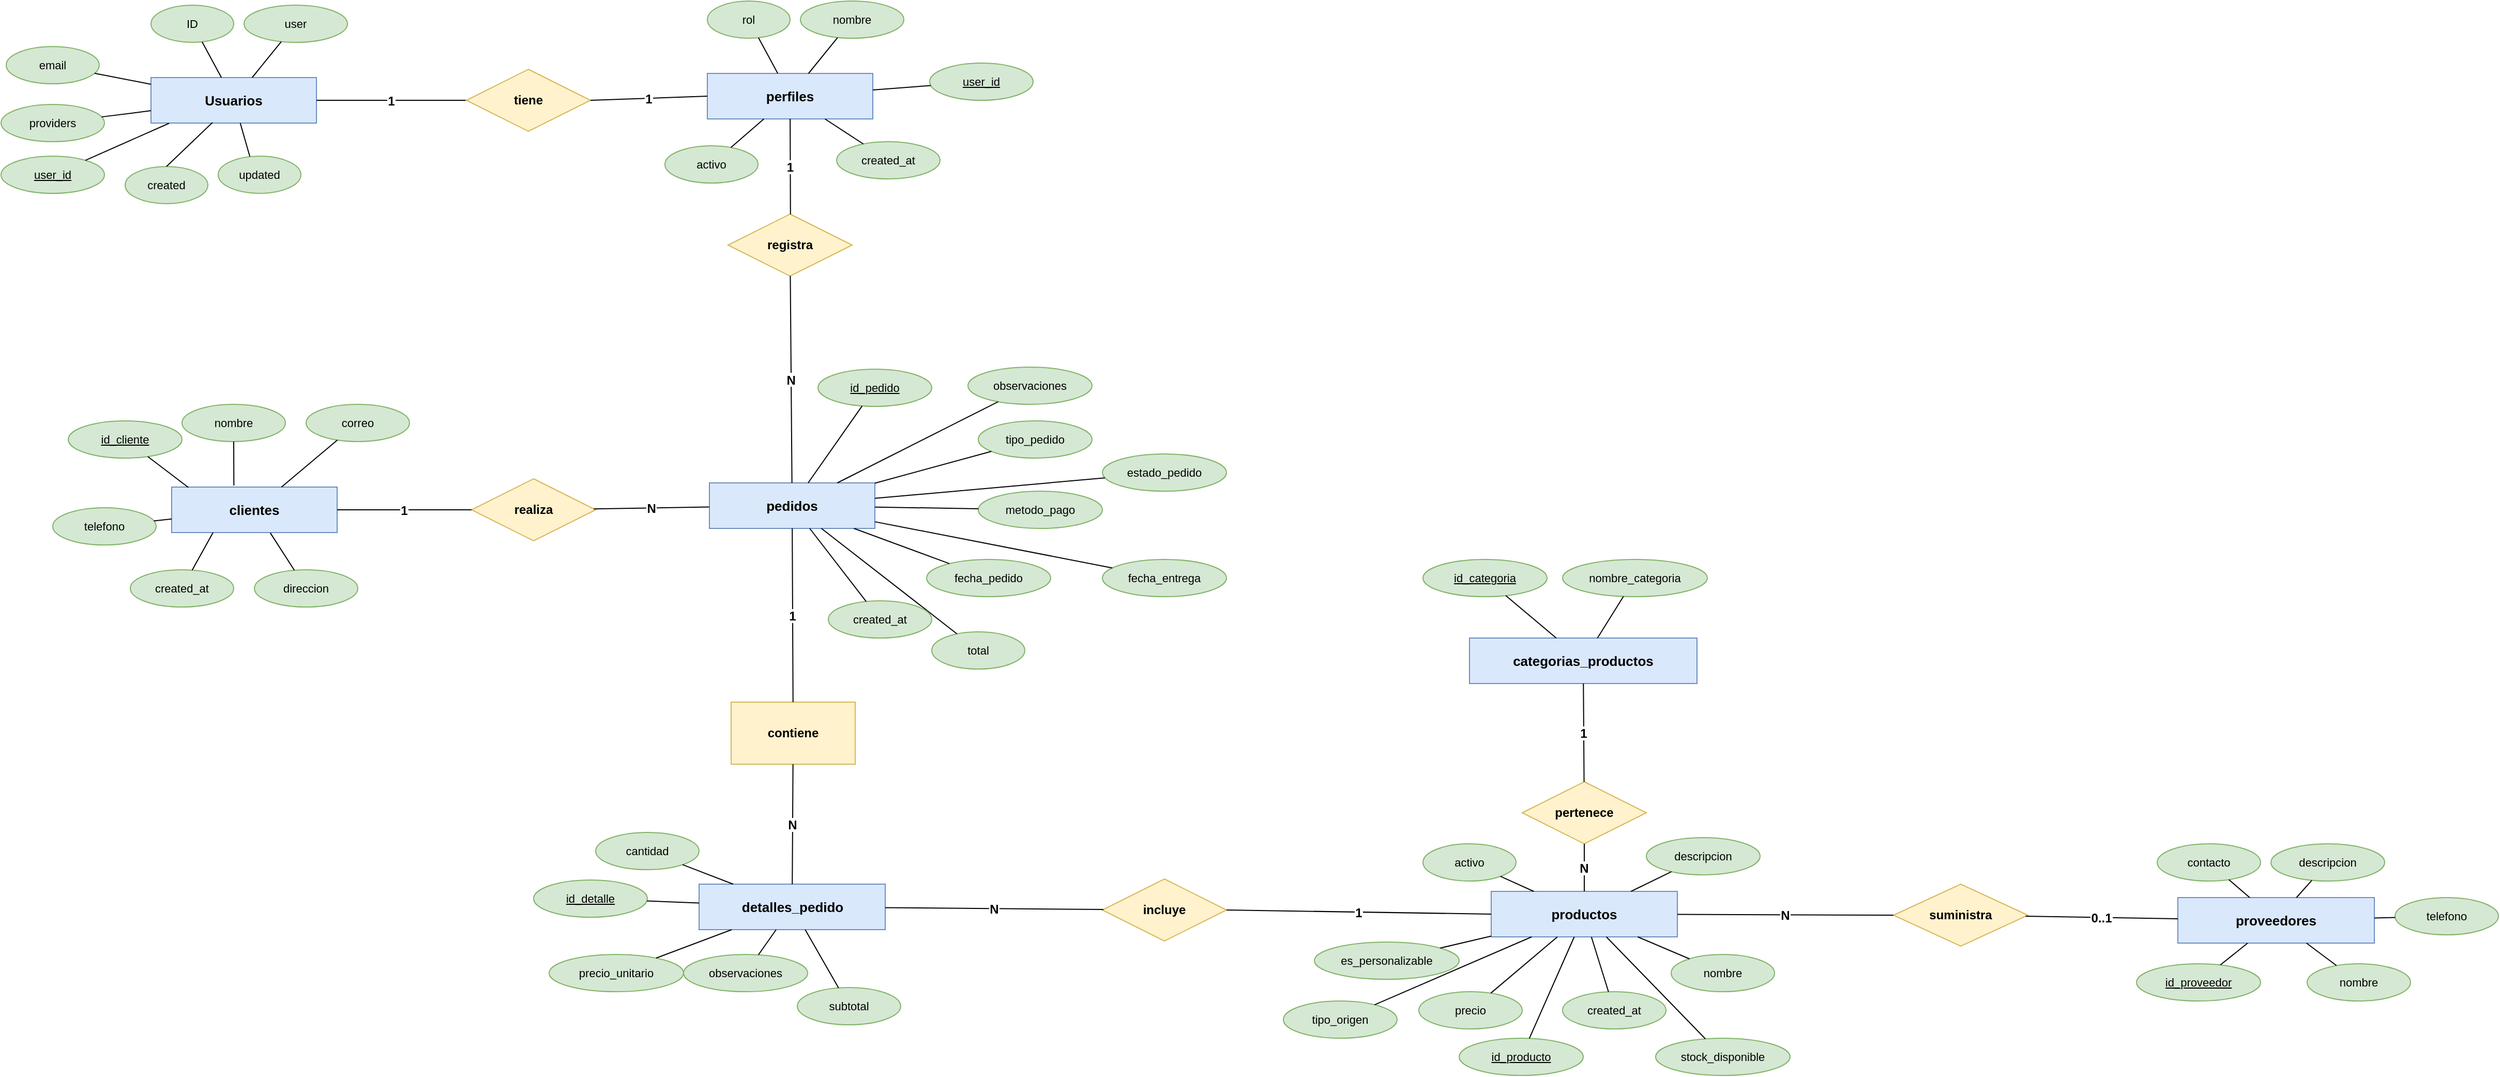
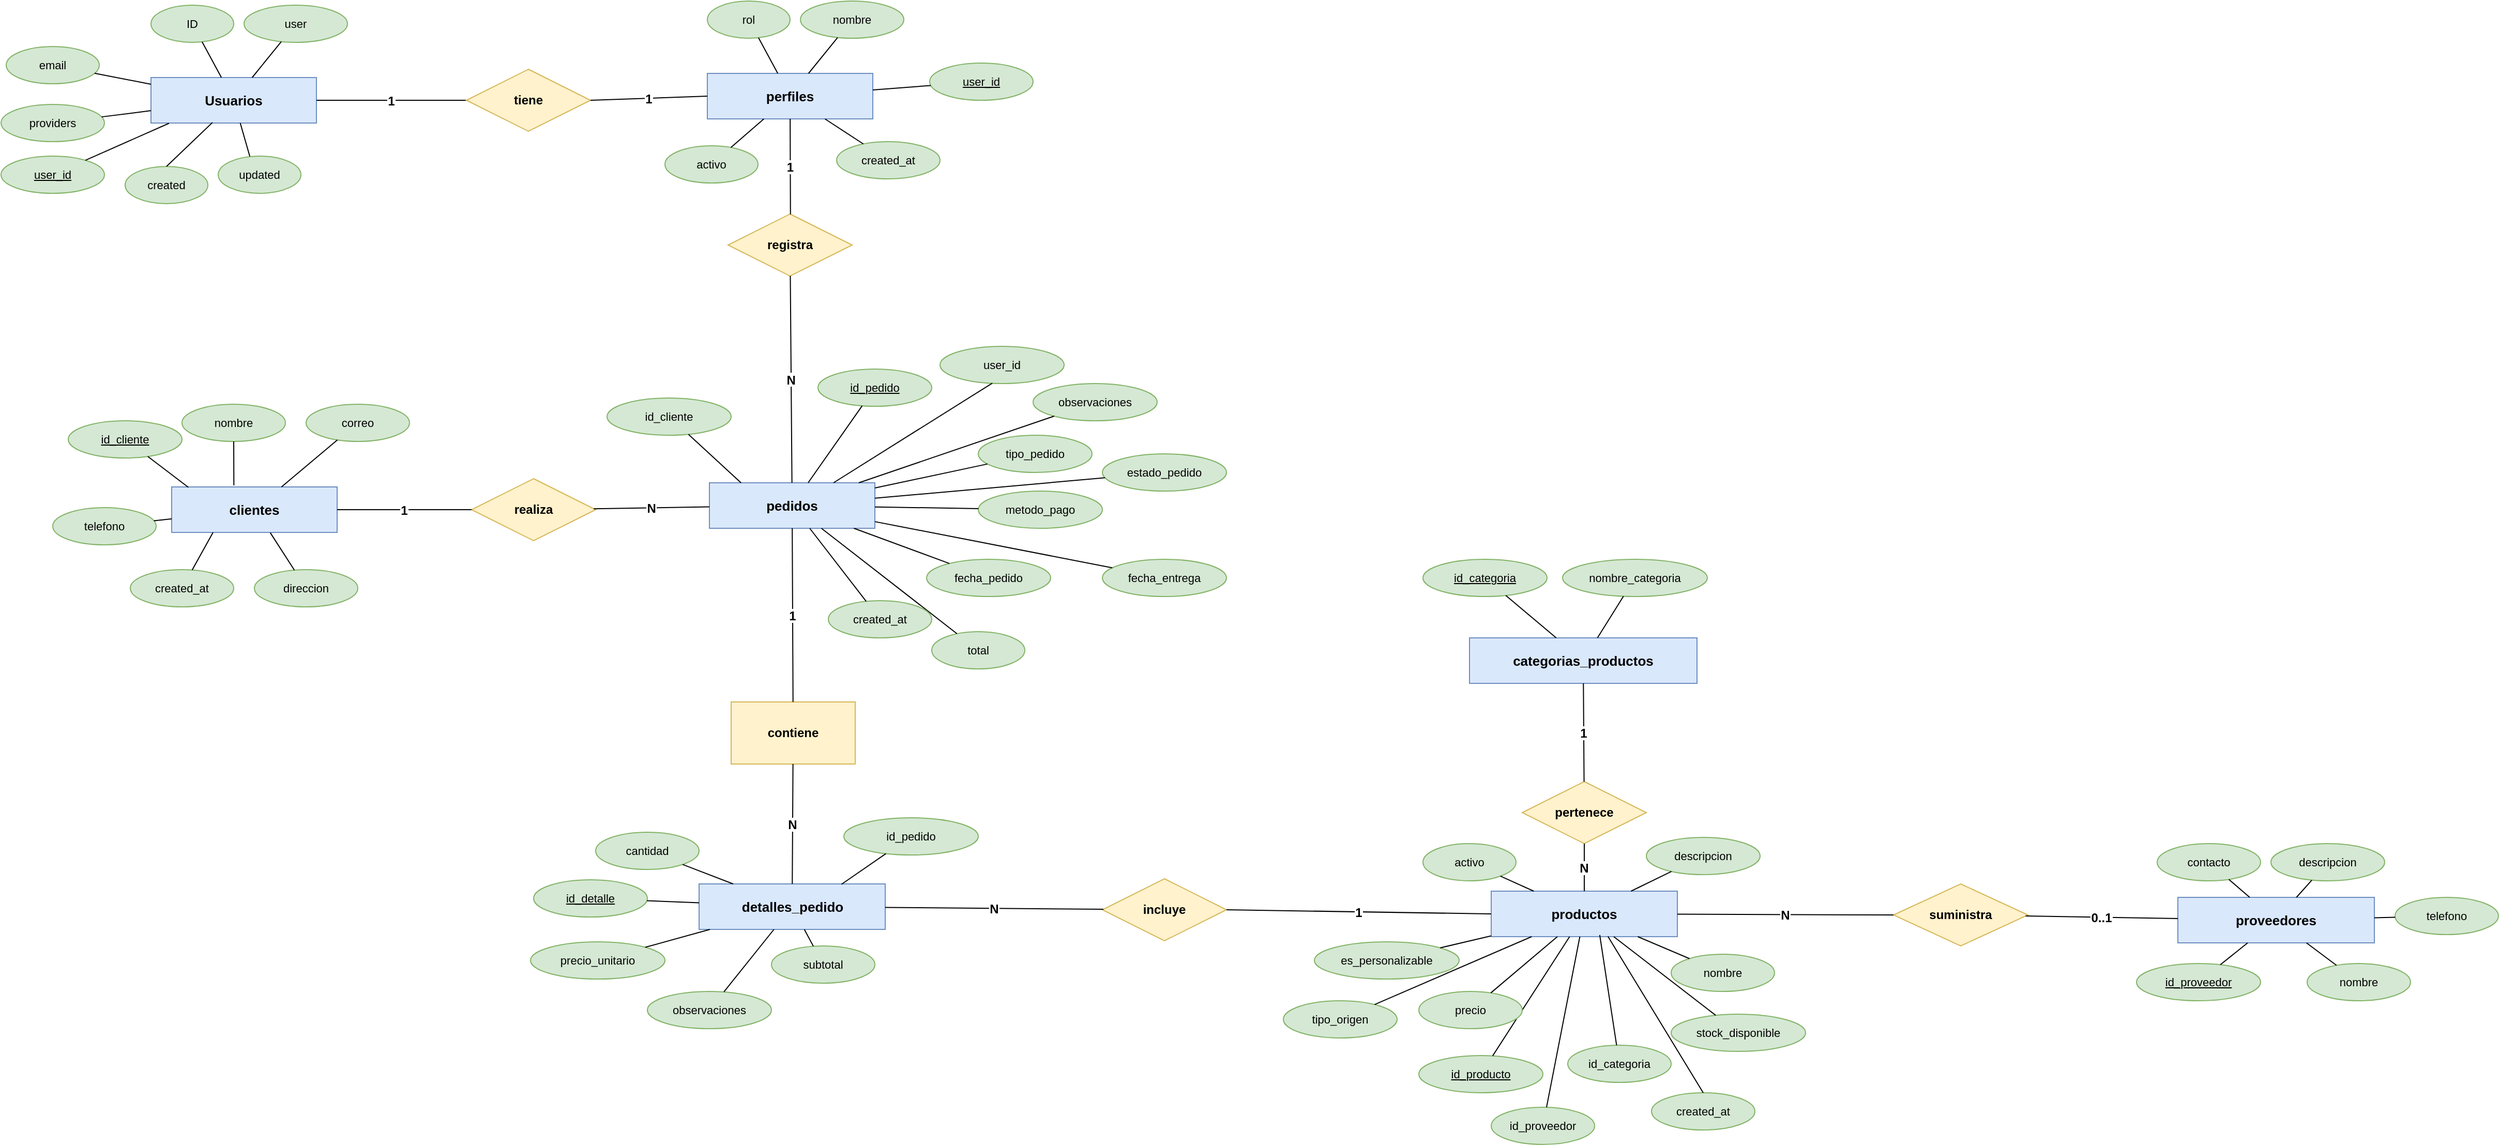
<mxfile host="app.diagrams.net">
  <diagram name="Page-1" id="4TEUIhRNuxxdLAhBHsUq">
-     <mxGraphModel dx="2429" dy="1025" grid="1" gridSize="10" guides="1" tooltips="1" connect="1" arrows="1" fold="1" page="1" pageScale="1" pageWidth="850" pageHeight="1100" math="0" shadow="0">
+     <mxGraphModel dx="2969" dy="1253" grid="1" gridSize="10" guides="1" tooltips="1" connect="1" arrows="1" fold="1" page="1" pageScale="1" pageWidth="850" pageHeight="1100" math="0" shadow="0">
      <root>
        <mxCell id="0" />
        <mxCell id="1" parent="0" />
        <mxCell id="g56VIgIW9YPAZs1RWv-3-1" parent="1" style="shape=mxgraph.erd.entity;whiteSpace=wrap;html=1;fillColor=#dae8fc;strokeColor=#6c8ebf;fontSize=13;fontStyle=1;" value="categorias_productos" vertex="1">
          <mxGeometry height="44" width="220" x="1980" y="1026" as="geometry" />
        </mxCell>
        <mxCell id="g56VIgIW9YPAZs1RWv-3-2" parent="1" style="ellipse;whiteSpace=wrap;html=1;fillColor=#d5e8d4;strokeColor=#82b366;fontSize=11;fontStyle=4;" value="id_categoria" vertex="1">
          <mxGeometry height="36" width="120" x="1935" y="950" as="geometry" />
        </mxCell>
        <mxCell id="g56VIgIW9YPAZs1RWv-3-3" edge="1" parent="1" source="g56VIgIW9YPAZs1RWv-3-1" style="endArrow=none;endFill=0;" target="g56VIgIW9YPAZs1RWv-3-2">
          <mxGeometry relative="1" as="geometry" />
        </mxCell>
        <mxCell id="g56VIgIW9YPAZs1RWv-3-4" parent="1" style="ellipse;whiteSpace=wrap;html=1;fillColor=#d5e8d4;strokeColor=#82b366;fontSize=11;" value="nombre_categoria" vertex="1">
          <mxGeometry height="36" width="140" x="2070" y="950" as="geometry" />
        </mxCell>
        <mxCell id="g56VIgIW9YPAZs1RWv-3-5" edge="1" parent="1" source="g56VIgIW9YPAZs1RWv-3-1" style="endArrow=none;endFill=0;" target="g56VIgIW9YPAZs1RWv-3-4">
          <mxGeometry relative="1" as="geometry" />
        </mxCell>
        <mxCell id="g56VIgIW9YPAZs1RWv-3-6" parent="1" style="shape=mxgraph.erd.entity;whiteSpace=wrap;html=1;fillColor=#dae8fc;strokeColor=#6c8ebf;fontSize=13;fontStyle=1;" value="proveedores" vertex="1">
          <mxGeometry height="44" width="190" x="2665" y="1277" as="geometry" />
        </mxCell>
        <mxCell id="g56VIgIW9YPAZs1RWv-3-7" parent="1" style="ellipse;whiteSpace=wrap;html=1;fillColor=#d5e8d4;strokeColor=#82b366;fontSize=11;fontStyle=4;" value="id_proveedor" vertex="1">
          <mxGeometry height="36" width="120" x="2625" y="1341" as="geometry" />
        </mxCell>
        <mxCell id="g56VIgIW9YPAZs1RWv-3-8" edge="1" parent="1" source="g56VIgIW9YPAZs1RWv-3-6" style="endArrow=none;endFill=0;" target="g56VIgIW9YPAZs1RWv-3-7">
          <mxGeometry relative="1" as="geometry" />
        </mxCell>
        <mxCell id="g56VIgIW9YPAZs1RWv-3-9" parent="1" style="ellipse;whiteSpace=wrap;html=1;fillColor=#d5e8d4;strokeColor=#82b366;fontSize=11;" value="nombre" vertex="1">
          <mxGeometry height="36" width="100" x="2790" y="1341" as="geometry" />
        </mxCell>
        <mxCell id="g56VIgIW9YPAZs1RWv-3-10" edge="1" parent="1" source="g56VIgIW9YPAZs1RWv-3-6" style="endArrow=none;endFill=0;" target="g56VIgIW9YPAZs1RWv-3-9">
          <mxGeometry relative="1" as="geometry" />
        </mxCell>
        <mxCell id="g56VIgIW9YPAZs1RWv-3-11" parent="1" style="ellipse;whiteSpace=wrap;html=1;fillColor=#d5e8d4;strokeColor=#82b366;fontSize=11;" value="telefono" vertex="1">
          <mxGeometry height="36" width="100" x="2875" y="1277" as="geometry" />
        </mxCell>
        <mxCell id="g56VIgIW9YPAZs1RWv-3-12" edge="1" parent="1" source="g56VIgIW9YPAZs1RWv-3-6" style="endArrow=none;endFill=0;" target="g56VIgIW9YPAZs1RWv-3-11">
          <mxGeometry relative="1" as="geometry" />
        </mxCell>
        <mxCell id="g56VIgIW9YPAZs1RWv-3-13" parent="1" style="ellipse;whiteSpace=wrap;html=1;fillColor=#d5e8d4;strokeColor=#82b366;fontSize=11;" value="contacto" vertex="1">
          <mxGeometry height="36" width="100" x="2645" y="1225" as="geometry" />
        </mxCell>
        <mxCell id="g56VIgIW9YPAZs1RWv-3-14" edge="1" parent="1" source="g56VIgIW9YPAZs1RWv-3-6" style="endArrow=none;endFill=0;" target="g56VIgIW9YPAZs1RWv-3-13">
          <mxGeometry relative="1" as="geometry" />
        </mxCell>
        <mxCell id="g56VIgIW9YPAZs1RWv-3-15" parent="1" style="ellipse;whiteSpace=wrap;html=1;fillColor=#d5e8d4;strokeColor=#82b366;fontSize=11;" value="descripcion" vertex="1">
          <mxGeometry height="36" width="110" x="2755" y="1225" as="geometry" />
        </mxCell>
        <mxCell id="g56VIgIW9YPAZs1RWv-3-16" edge="1" parent="1" source="g56VIgIW9YPAZs1RWv-3-6" style="endArrow=none;endFill=0;" target="g56VIgIW9YPAZs1RWv-3-15">
          <mxGeometry relative="1" as="geometry" />
        </mxCell>
        <mxCell id="g56VIgIW9YPAZs1RWv-3-17" parent="1" style="shape=mxgraph.erd.entity;whiteSpace=wrap;html=1;fillColor=#dae8fc;strokeColor=#6c8ebf;fontSize=13;fontStyle=1;" value="productos" vertex="1">
          <mxGeometry height="44" width="180" x="2001" y="1271" as="geometry" />
        </mxCell>
        <mxCell id="g56VIgIW9YPAZs1RWv-3-18" parent="1" style="ellipse;whiteSpace=wrap;html=1;fillColor=#d5e8d4;strokeColor=#82b366;fontSize=11;fontStyle=4;" value="id_producto" vertex="1">
-           <mxGeometry height="36" width="120" x="1970" y="1413" as="geometry" />
+           <mxGeometry height="36" width="120" x="1931" y="1430" as="geometry" />
        </mxCell>
        <mxCell id="g56VIgIW9YPAZs1RWv-3-19" edge="1" parent="1" source="g56VIgIW9YPAZs1RWv-3-17" style="endArrow=none;endFill=0;" target="g56VIgIW9YPAZs1RWv-3-18">
          <mxGeometry relative="1" as="geometry" />
        </mxCell>
        <mxCell id="g56VIgIW9YPAZs1RWv-3-20" parent="1" style="ellipse;whiteSpace=wrap;html=1;fillColor=#d5e8d4;strokeColor=#82b366;fontSize=11;" value="nombre" vertex="1">
          <mxGeometry height="36" width="100" x="2175" y="1332" as="geometry" />
        </mxCell>
        <mxCell id="g56VIgIW9YPAZs1RWv-3-21" edge="1" parent="1" source="g56VIgIW9YPAZs1RWv-3-17" style="endArrow=none;endFill=0;" target="g56VIgIW9YPAZs1RWv-3-20">
          <mxGeometry relative="1" as="geometry" />
        </mxCell>
        <mxCell id="g56VIgIW9YPAZs1RWv-3-22" parent="1" style="ellipse;whiteSpace=wrap;html=1;fillColor=#d5e8d4;strokeColor=#82b366;fontSize=11;" value="precio" vertex="1">
          <mxGeometry height="36" width="100" x="1931" y="1368" as="geometry" />
        </mxCell>
        <mxCell id="g56VIgIW9YPAZs1RWv-3-23" edge="1" parent="1" source="g56VIgIW9YPAZs1RWv-3-17" style="endArrow=none;endFill=0;" target="g56VIgIW9YPAZs1RWv-3-22">
          <mxGeometry relative="1" as="geometry" />
        </mxCell>
        <mxCell id="g56VIgIW9YPAZs1RWv-3-24" parent="1" style="ellipse;whiteSpace=wrap;html=1;fillColor=#d5e8d4;strokeColor=#82b366;fontSize=11;" value="descripcion" vertex="1">
          <mxGeometry height="36" width="110" x="2151" y="1219" as="geometry" />
        </mxCell>
        <mxCell id="g56VIgIW9YPAZs1RWv-3-25" edge="1" parent="1" source="g56VIgIW9YPAZs1RWv-3-17" style="endArrow=none;endFill=0;" target="g56VIgIW9YPAZs1RWv-3-24">
          <mxGeometry relative="1" as="geometry">
            <mxPoint x="2285" y="1225" as="targetPoint" />
          </mxGeometry>
        </mxCell>
        <mxCell id="g56VIgIW9YPAZs1RWv-3-26" parent="1" style="ellipse;whiteSpace=wrap;html=1;fillColor=#d5e8d4;strokeColor=#82b366;fontSize=11;" value="stock_disponible" vertex="1">
-           <mxGeometry height="36" width="130" x="2160" y="1413" as="geometry" />
+           <mxGeometry height="36" width="130" x="2175" y="1390" as="geometry" />
        </mxCell>
        <mxCell id="g56VIgIW9YPAZs1RWv-3-27" edge="1" parent="1" source="g56VIgIW9YPAZs1RWv-3-17" style="endArrow=none;endFill=0;" target="g56VIgIW9YPAZs1RWv-3-26">
          <mxGeometry relative="1" as="geometry" />
        </mxCell>
        <mxCell id="g56VIgIW9YPAZs1RWv-3-28" parent="1" style="ellipse;whiteSpace=wrap;html=1;fillColor=#d5e8d4;strokeColor=#82b366;fontSize=11;" value="tipo_origen" vertex="1">
          <mxGeometry height="36" width="110" x="1800" y="1377" as="geometry" />
        </mxCell>
        <mxCell id="g56VIgIW9YPAZs1RWv-3-29" edge="1" parent="1" source="g56VIgIW9YPAZs1RWv-3-17" style="endArrow=none;endFill=0;" target="g56VIgIW9YPAZs1RWv-3-28">
          <mxGeometry relative="1" as="geometry" />
        </mxCell>
        <mxCell id="g56VIgIW9YPAZs1RWv-3-30" parent="1" style="ellipse;whiteSpace=wrap;html=1;fillColor=#d5e8d4;strokeColor=#82b366;fontSize=11;" value="es_personalizable" vertex="1">
          <mxGeometry height="36" width="140" x="1830" y="1320" as="geometry" />
        </mxCell>
        <mxCell id="g56VIgIW9YPAZs1RWv-3-31" edge="1" parent="1" source="g56VIgIW9YPAZs1RWv-3-17" style="endArrow=none;endFill=0;" target="g56VIgIW9YPAZs1RWv-3-30">
          <mxGeometry relative="1" as="geometry" />
        </mxCell>
        <mxCell id="g56VIgIW9YPAZs1RWv-3-32" parent="1" style="ellipse;whiteSpace=wrap;html=1;fillColor=#d5e8d4;strokeColor=#82b366;fontSize=11;" value="activo" vertex="1">
          <mxGeometry height="36" width="90" x="1935" y="1225" as="geometry" />
        </mxCell>
        <mxCell id="g56VIgIW9YPAZs1RWv-3-33" edge="1" parent="1" source="g56VIgIW9YPAZs1RWv-3-17" style="endArrow=none;endFill=0;" target="g56VIgIW9YPAZs1RWv-3-32">
          <mxGeometry relative="1" as="geometry" />
        </mxCell>
-         <mxCell id="g56VIgIW9YPAZs1RWv-3-34" parent="1" style="ellipse;whiteSpace=wrap;html=1;fillColor=#d5e8d4;strokeColor=#82b366;fontSize=11;" value="created_at" vertex="1">
-           <mxGeometry height="36" width="100" x="2070" y="1368" as="geometry" />
+         <mxCell id="g56VIgIW9YPAZs1RWv-3-34" parent="1" style="ellipse;whiteSpace=wrap;html=1;fillColor=#d5e8d4;strokeColor=#82b366;fontSize=11;" value="id_proveedor" vertex="1">
+           <mxGeometry height="36" width="100" x="2001" y="1480" as="geometry" />
        </mxCell>
        <mxCell id="g56VIgIW9YPAZs1RWv-3-35" edge="1" parent="1" source="g56VIgIW9YPAZs1RWv-3-17" style="endArrow=none;endFill=0;" target="g56VIgIW9YPAZs1RWv-3-34">
          <mxGeometry relative="1" as="geometry" />
        </mxCell>
        <mxCell id="g56VIgIW9YPAZs1RWv-3-36" parent="1" style="rhombus;whiteSpace=wrap;html=1;fillColor=#fff2cc;strokeColor=#d6b656;fontSize=12;fontStyle=1;" value="pertenece" vertex="1">
          <mxGeometry height="60" width="120" x="2031" y="1165" as="geometry" />
        </mxCell>
        <mxCell id="g56VIgIW9YPAZs1RWv-3-37" edge="1" parent="1" source="g56VIgIW9YPAZs1RWv-3-1" style="fontSize=12;fontStyle=1;endArrow=none;endFill=0;" target="g56VIgIW9YPAZs1RWv-3-36" value="1">
          <mxGeometry relative="1" as="geometry" />
        </mxCell>
        <mxCell id="g56VIgIW9YPAZs1RWv-3-38" edge="1" parent="1" source="g56VIgIW9YPAZs1RWv-3-36" style="fontSize=12;fontStyle=1;endArrow=none;endFill=0;" target="g56VIgIW9YPAZs1RWv-3-17" value="N">
          <mxGeometry relative="1" as="geometry" />
        </mxCell>
        <mxCell id="g56VIgIW9YPAZs1RWv-3-39" parent="1" style="rhombus;whiteSpace=wrap;html=1;fillColor=#fff2cc;strokeColor=#d6b656;fontSize=12;fontStyle=1;" value="suministra" vertex="1">
          <mxGeometry height="60" width="130" x="2390" y="1264" as="geometry" />
        </mxCell>
        <mxCell id="g56VIgIW9YPAZs1RWv-3-40" edge="1" parent="1" source="g56VIgIW9YPAZs1RWv-3-17" style="fontSize=12;fontStyle=1;endArrow=none;endFill=0;entryX=0;entryY=0.5;entryDx=0;entryDy=0;" target="g56VIgIW9YPAZs1RWv-3-39" value="N">
          <mxGeometry relative="1" as="geometry">
            <mxPoint x="2365" y="1289" as="targetPoint" />
          </mxGeometry>
        </mxCell>
        <mxCell id="g56VIgIW9YPAZs1RWv-3-41" edge="1" parent="1" source="g56VIgIW9YPAZs1RWv-3-39" style="fontSize=12;fontStyle=1;endArrow=none;endFill=0;" target="g56VIgIW9YPAZs1RWv-3-6" value="0..1">
          <mxGeometry relative="1" as="geometry" />
        </mxCell>
        <mxCell id="g56VIgIW9YPAZs1RWv-3-42" parent="1" style="shape=mxgraph.erd.entity;whiteSpace=wrap;html=1;fillColor=#dae8fc;strokeColor=#6c8ebf;fontSize=13;fontStyle=1;" value="clientes" vertex="1">
          <mxGeometry height="44" width="160" x="725" y="880" as="geometry" />
        </mxCell>
        <mxCell id="g56VIgIW9YPAZs1RWv-3-43" parent="1" style="ellipse;whiteSpace=wrap;html=1;fillColor=#d5e8d4;strokeColor=#82b366;fontSize=11;fontStyle=4;" value="id_cliente" vertex="1">
          <mxGeometry height="36" width="110" x="625" y="816" as="geometry" />
        </mxCell>
        <mxCell id="g56VIgIW9YPAZs1RWv-3-44" edge="1" parent="1" source="g56VIgIW9YPAZs1RWv-3-42" style="exitX=0.101;exitY=0.009;exitDx=0;exitDy=0;exitPerimeter=0;endArrow=none;endFill=0;" target="g56VIgIW9YPAZs1RWv-3-43">
          <mxGeometry relative="1" as="geometry" />
        </mxCell>
        <mxCell id="g56VIgIW9YPAZs1RWv-3-45" parent="1" style="ellipse;whiteSpace=wrap;html=1;fillColor=#d5e8d4;strokeColor=#82b366;fontSize=11;" value="nombre" vertex="1">
          <mxGeometry height="36" width="100" x="735" y="800" as="geometry" />
        </mxCell>
        <mxCell id="g56VIgIW9YPAZs1RWv-3-46" edge="1" parent="1" source="g56VIgIW9YPAZs1RWv-3-42" style="exitX=0.376;exitY=-0.035;exitDx=0;exitDy=0;exitPerimeter=0;endArrow=none;endFill=0;" target="g56VIgIW9YPAZs1RWv-3-45">
          <mxGeometry relative="1" as="geometry" />
        </mxCell>
        <mxCell id="g56VIgIW9YPAZs1RWv-3-47" parent="1" style="ellipse;whiteSpace=wrap;html=1;fillColor=#d5e8d4;strokeColor=#82b366;fontSize=11;" value="telefono" vertex="1">
          <mxGeometry height="36" width="100" x="610" y="900" as="geometry" />
        </mxCell>
        <mxCell id="g56VIgIW9YPAZs1RWv-3-48" edge="1" parent="1" source="g56VIgIW9YPAZs1RWv-3-42" style="endArrow=none;endFill=0;" target="g56VIgIW9YPAZs1RWv-3-47">
          <mxGeometry relative="1" as="geometry" />
        </mxCell>
        <mxCell id="g56VIgIW9YPAZs1RWv-3-49" parent="1" style="ellipse;whiteSpace=wrap;html=1;fillColor=#d5e8d4;strokeColor=#82b366;fontSize=11;" value="correo" vertex="1">
          <mxGeometry height="36" width="100" x="855" y="800" as="geometry" />
        </mxCell>
        <mxCell id="g56VIgIW9YPAZs1RWv-3-50" edge="1" parent="1" source="g56VIgIW9YPAZs1RWv-3-42" style="endArrow=none;endFill=0;" target="g56VIgIW9YPAZs1RWv-3-49">
          <mxGeometry relative="1" as="geometry" />
        </mxCell>
        <mxCell id="g56VIgIW9YPAZs1RWv-3-51" parent="1" style="ellipse;whiteSpace=wrap;html=1;fillColor=#d5e8d4;strokeColor=#82b366;fontSize=11;" value="direccion" vertex="1">
          <mxGeometry height="36" width="100" x="805" y="960" as="geometry" />
        </mxCell>
        <mxCell id="g56VIgIW9YPAZs1RWv-3-52" edge="1" parent="1" source="g56VIgIW9YPAZs1RWv-3-42" style="exitX=0.596;exitY=1.007;exitDx=0;exitDy=0;exitPerimeter=0;endArrow=none;endFill=0;" target="g56VIgIW9YPAZs1RWv-3-51">
          <mxGeometry relative="1" as="geometry">
            <mxPoint x="823" y="921" as="sourcePoint" />
          </mxGeometry>
        </mxCell>
        <mxCell id="g56VIgIW9YPAZs1RWv-3-53" parent="1" style="ellipse;whiteSpace=wrap;html=1;fillColor=#d5e8d4;strokeColor=#82b366;fontSize=11;" value="created_at" vertex="1">
          <mxGeometry height="36" width="100" x="685" y="960" as="geometry" />
        </mxCell>
        <mxCell id="g56VIgIW9YPAZs1RWv-3-54" edge="1" parent="1" source="g56VIgIW9YPAZs1RWv-3-42" style="exitX=0.25;exitY=1;exitDx=0;exitDy=0;endArrow=none;endFill=0;" target="g56VIgIW9YPAZs1RWv-3-53">
          <mxGeometry relative="1" as="geometry" />
        </mxCell>
        <mxCell id="g56VIgIW9YPAZs1RWv-3-55" parent="1" style="shape=mxgraph.erd.entity;whiteSpace=wrap;html=1;fillColor=#dae8fc;strokeColor=#6c8ebf;fontSize=13;fontStyle=1;" value="perfiles" vertex="1">
          <mxGeometry height="44" width="160" x="1243" y="480" as="geometry" />
        </mxCell>
        <mxCell id="g56VIgIW9YPAZs1RWv-3-56" parent="1" style="ellipse;whiteSpace=wrap;html=1;fillColor=#d5e8d4;strokeColor=#82b366;fontSize=11;fontStyle=4;" value="user_id" vertex="1">
          <mxGeometry height="36" width="100" x="1458" y="470" as="geometry" />
        </mxCell>
        <mxCell id="g56VIgIW9YPAZs1RWv-3-57" edge="1" parent="1" source="g56VIgIW9YPAZs1RWv-3-55" style="endArrow=none;endFill=0;" target="g56VIgIW9YPAZs1RWv-3-56">
          <mxGeometry relative="1" as="geometry" />
        </mxCell>
        <mxCell id="g56VIgIW9YPAZs1RWv-3-58" parent="1" style="ellipse;whiteSpace=wrap;html=1;fillColor=#d5e8d4;strokeColor=#82b366;fontSize=11;" value="nombre" vertex="1">
          <mxGeometry height="36" width="100" x="1333" y="410" as="geometry" />
        </mxCell>
        <mxCell id="g56VIgIW9YPAZs1RWv-3-59" edge="1" parent="1" source="g56VIgIW9YPAZs1RWv-3-55" style="endArrow=none;endFill=0;" target="g56VIgIW9YPAZs1RWv-3-58">
          <mxGeometry relative="1" as="geometry" />
        </mxCell>
        <mxCell id="g56VIgIW9YPAZs1RWv-3-60" parent="1" style="ellipse;whiteSpace=wrap;html=1;fillColor=#d5e8d4;strokeColor=#82b366;fontSize=11;" value="rol" vertex="1">
          <mxGeometry height="36" width="80" x="1243" y="410" as="geometry" />
        </mxCell>
        <mxCell id="g56VIgIW9YPAZs1RWv-3-61" edge="1" parent="1" source="g56VIgIW9YPAZs1RWv-3-55" style="endArrow=none;endFill=0;" target="g56VIgIW9YPAZs1RWv-3-60">
          <mxGeometry relative="1" as="geometry" />
        </mxCell>
        <mxCell id="g56VIgIW9YPAZs1RWv-3-62" parent="1" style="ellipse;whiteSpace=wrap;html=1;fillColor=#d5e8d4;strokeColor=#82b366;fontSize=11;" value="activo" vertex="1">
          <mxGeometry height="36" width="90" x="1202" y="550" as="geometry" />
        </mxCell>
        <mxCell id="g56VIgIW9YPAZs1RWv-3-63" edge="1" parent="1" source="g56VIgIW9YPAZs1RWv-3-55" style="endArrow=none;endFill=0;" target="g56VIgIW9YPAZs1RWv-3-62">
          <mxGeometry relative="1" as="geometry" />
        </mxCell>
        <mxCell id="g56VIgIW9YPAZs1RWv-3-64" parent="1" style="ellipse;whiteSpace=wrap;html=1;fillColor=#d5e8d4;strokeColor=#82b366;fontSize=11;" value="created_at" vertex="1">
          <mxGeometry height="36" width="100" x="1368" y="546" as="geometry" />
        </mxCell>
        <mxCell id="g56VIgIW9YPAZs1RWv-3-65" edge="1" parent="1" source="g56VIgIW9YPAZs1RWv-3-55" style="endArrow=none;endFill=0;" target="g56VIgIW9YPAZs1RWv-3-64">
          <mxGeometry relative="1" as="geometry" />
        </mxCell>
        <mxCell id="g56VIgIW9YPAZs1RWv-3-66" parent="1" style="shape=mxgraph.erd.entity;whiteSpace=wrap;html=1;fillColor=#dae8fc;strokeColor=#6c8ebf;fontSize=13;fontStyle=1;" value="pedidos" vertex="1">
          <mxGeometry height="44" width="160" x="1245" y="876" as="geometry" />
        </mxCell>
        <mxCell id="g56VIgIW9YPAZs1RWv-3-67" parent="1" style="ellipse;whiteSpace=wrap;html=1;fillColor=#d5e8d4;strokeColor=#82b366;fontSize=11;fontStyle=4;" value="id_pedido" vertex="1">
          <mxGeometry height="36" width="110" x="1350" y="766" as="geometry" />
        </mxCell>
        <mxCell id="g56VIgIW9YPAZs1RWv-3-68" edge="1" parent="1" source="g56VIgIW9YPAZs1RWv-3-66" style="endArrow=none;endFill=0;" target="g56VIgIW9YPAZs1RWv-3-67">
          <mxGeometry relative="1" as="geometry" />
        </mxCell>
        <mxCell id="g56VIgIW9YPAZs1RWv-3-69" parent="1" style="ellipse;whiteSpace=wrap;html=1;fillColor=#d5e8d4;strokeColor=#82b366;fontSize=11;" value="tipo_pedido" vertex="1">
-           <mxGeometry height="36" width="110" x="1505" y="816" as="geometry" />
+           <mxGeometry height="36" width="110" x="1505" y="830" as="geometry" />
        </mxCell>
        <mxCell id="g56VIgIW9YPAZs1RWv-3-70" edge="1" parent="1" source="g56VIgIW9YPAZs1RWv-3-66" style="endArrow=none;endFill=0;" target="g56VIgIW9YPAZs1RWv-3-69">
          <mxGeometry relative="1" as="geometry" />
        </mxCell>
        <mxCell id="g56VIgIW9YPAZs1RWv-3-71" parent="1" style="ellipse;whiteSpace=wrap;html=1;fillColor=#d5e8d4;strokeColor=#82b366;fontSize=11;" value="estado_pedido" vertex="1">
          <mxGeometry height="36" width="120" x="1625" y="848" as="geometry" />
        </mxCell>
        <mxCell id="g56VIgIW9YPAZs1RWv-3-72" edge="1" parent="1" source="g56VIgIW9YPAZs1RWv-3-66" style="endArrow=none;endFill=0;" target="g56VIgIW9YPAZs1RWv-3-71">
          <mxGeometry relative="1" as="geometry" />
        </mxCell>
        <mxCell id="g56VIgIW9YPAZs1RWv-3-73" parent="1" style="ellipse;whiteSpace=wrap;html=1;fillColor=#d5e8d4;strokeColor=#82b366;fontSize=11;" value="metodo_pago" vertex="1">
          <mxGeometry height="36" width="120" x="1505" y="884" as="geometry" />
        </mxCell>
        <mxCell id="g56VIgIW9YPAZs1RWv-3-74" edge="1" parent="1" source="g56VIgIW9YPAZs1RWv-3-66" style="endArrow=none;endFill=0;" target="g56VIgIW9YPAZs1RWv-3-73">
          <mxGeometry relative="1" as="geometry" />
        </mxCell>
        <mxCell id="g56VIgIW9YPAZs1RWv-3-75" parent="1" style="ellipse;whiteSpace=wrap;html=1;fillColor=#d5e8d4;strokeColor=#82b366;fontSize=11;" value="fecha_pedido" vertex="1">
          <mxGeometry height="36" width="120" x="1455" y="950" as="geometry" />
        </mxCell>
        <mxCell id="g56VIgIW9YPAZs1RWv-3-76" edge="1" parent="1" source="g56VIgIW9YPAZs1RWv-3-66" style="endArrow=none;endFill=0;" target="g56VIgIW9YPAZs1RWv-3-75">
          <mxGeometry relative="1" as="geometry" />
        </mxCell>
        <mxCell id="g56VIgIW9YPAZs1RWv-3-77" parent="1" style="ellipse;whiteSpace=wrap;html=1;fillColor=#d5e8d4;strokeColor=#82b366;fontSize=11;" value="fecha_entrega" vertex="1">
          <mxGeometry height="36" width="120" x="1625" y="950" as="geometry" />
        </mxCell>
        <mxCell id="g56VIgIW9YPAZs1RWv-3-78" edge="1" parent="1" source="g56VIgIW9YPAZs1RWv-3-66" style="endArrow=none;endFill=0;" target="g56VIgIW9YPAZs1RWv-3-77">
          <mxGeometry relative="1" as="geometry" />
        </mxCell>
        <mxCell id="g56VIgIW9YPAZs1RWv-3-79" parent="1" style="ellipse;whiteSpace=wrap;html=1;fillColor=#d5e8d4;strokeColor=#82b366;fontSize=11;" value="total" vertex="1">
          <mxGeometry height="36" width="90" x="1460" y="1020" as="geometry" />
        </mxCell>
        <mxCell id="g56VIgIW9YPAZs1RWv-3-80" edge="1" parent="1" source="g56VIgIW9YPAZs1RWv-3-66" style="endArrow=none;endFill=0;" target="g56VIgIW9YPAZs1RWv-3-79">
          <mxGeometry relative="1" as="geometry" />
        </mxCell>
        <mxCell id="g56VIgIW9YPAZs1RWv-3-81" parent="1" style="ellipse;whiteSpace=wrap;html=1;fillColor=#d5e8d4;strokeColor=#82b366;fontSize=11;" value="observaciones" vertex="1">
-           <mxGeometry height="36" width="120" x="1495" y="764" as="geometry" />
+           <mxGeometry height="36" width="120" x="1558" y="780" as="geometry" />
        </mxCell>
        <mxCell id="g56VIgIW9YPAZs1RWv-3-82" edge="1" parent="1" source="g56VIgIW9YPAZs1RWv-3-66" style="endArrow=none;endFill=0;" target="g56VIgIW9YPAZs1RWv-3-81">
          <mxGeometry relative="1" as="geometry" />
        </mxCell>
        <mxCell id="g56VIgIW9YPAZs1RWv-3-83" parent="1" style="ellipse;whiteSpace=wrap;html=1;fillColor=#d5e8d4;strokeColor=#82b366;fontSize=11;" value="created_at" vertex="1">
          <mxGeometry height="36" width="100" x="1360" y="990" as="geometry" />
        </mxCell>
        <mxCell id="g56VIgIW9YPAZs1RWv-3-84" edge="1" parent="1" source="g56VIgIW9YPAZs1RWv-3-66" style="endArrow=none;endFill=0;" target="g56VIgIW9YPAZs1RWv-3-83">
          <mxGeometry relative="1" as="geometry" />
        </mxCell>
        <mxCell id="g56VIgIW9YPAZs1RWv-3-85" parent="1" style="rhombus;whiteSpace=wrap;html=1;fillColor=#fff2cc;strokeColor=#d6b656;fontSize=12;fontStyle=1;" value="realiza" vertex="1">
          <mxGeometry height="60" width="120" x="1015" y="872" as="geometry" />
        </mxCell>
        <mxCell id="g56VIgIW9YPAZs1RWv-3-86" edge="1" parent="1" source="g56VIgIW9YPAZs1RWv-3-42" style="fontSize=12;fontStyle=1;endArrow=none;endFill=0;" target="g56VIgIW9YPAZs1RWv-3-85" value="1">
          <mxGeometry relative="1" as="geometry" />
        </mxCell>
        <mxCell id="g56VIgIW9YPAZs1RWv-3-87" edge="1" parent="1" source="g56VIgIW9YPAZs1RWv-3-85" style="fontSize=12;fontStyle=1;endArrow=none;endFill=0;" target="g56VIgIW9YPAZs1RWv-3-66" value="N">
          <mxGeometry relative="1" as="geometry" />
        </mxCell>
        <mxCell id="g56VIgIW9YPAZs1RWv-3-88" parent="1" style="rhombus;whiteSpace=wrap;html=1;fillColor=#fff2cc;strokeColor=#d6b656;fontSize=12;fontStyle=1;" value="registra" vertex="1">
          <mxGeometry height="60" width="120" x="1263" y="616" as="geometry" />
        </mxCell>
        <mxCell id="g56VIgIW9YPAZs1RWv-3-89" edge="1" parent="1" source="g56VIgIW9YPAZs1RWv-3-55" style="fontSize=12;fontStyle=1;endArrow=none;endFill=0;" value="1">
          <mxGeometry relative="1" as="geometry">
            <mxPoint x="1323.3814432989689" y="616.3092783505153" as="targetPoint" />
          </mxGeometry>
        </mxCell>
        <mxCell id="g56VIgIW9YPAZs1RWv-3-90" edge="1" parent="1" source="g56VIgIW9YPAZs1RWv-3-88" style="fontSize=12;fontStyle=1;endArrow=none;endFill=0;" target="g56VIgIW9YPAZs1RWv-3-66" value="N">
          <mxGeometry relative="1" as="geometry" />
        </mxCell>
        <mxCell id="g56VIgIW9YPAZs1RWv-3-91" parent="1" style="shape=mxgraph.erd.weakEntity;whiteSpace=wrap;html=1;fillColor=#dae8fc;strokeColor=#6c8ebf;fontSize=13;" value="" vertex="1">
          <mxGeometry height="44" width="180" x="1235" y="1264" as="geometry" />
        </mxCell>
        <mxCell id="g56VIgIW9YPAZs1RWv-3-92" parent="1" style="text;html=1;align=center;verticalAlign=middle;resizable=0;points=[];autosize=1;strokeColor=none;fillColor=none;fontSize=13;fontStyle=1;" value="detalles_pedido" vertex="1">
          <mxGeometry height="44" width="180" x="1235" y="1264" as="geometry" />
        </mxCell>
        <mxCell id="g56VIgIW9YPAZs1RWv-3-93" parent="1" style="ellipse;whiteSpace=wrap;html=1;fillColor=#d5e8d4;strokeColor=#82b366;fontSize=11;fontStyle=4;" value="id_detalle" vertex="1">
          <mxGeometry height="36" width="110" x="1075" y="1260" as="geometry" />
        </mxCell>
        <mxCell id="g56VIgIW9YPAZs1RWv-3-94" edge="1" parent="1" source="g56VIgIW9YPAZs1RWv-3-91" style="endArrow=none;endFill=0;" target="g56VIgIW9YPAZs1RWv-3-93">
          <mxGeometry relative="1" as="geometry" />
        </mxCell>
        <mxCell id="g56VIgIW9YPAZs1RWv-3-95" parent="1" style="ellipse;whiteSpace=wrap;html=1;fillColor=#d5e8d4;strokeColor=#82b366;fontSize=11;" value="cantidad" vertex="1">
          <mxGeometry height="36" width="100" x="1135" y="1214" as="geometry" />
        </mxCell>
        <mxCell id="g56VIgIW9YPAZs1RWv-3-96" edge="1" parent="1" source="g56VIgIW9YPAZs1RWv-3-91" style="endArrow=none;endFill=0;" target="g56VIgIW9YPAZs1RWv-3-95">
          <mxGeometry relative="1" as="geometry" />
        </mxCell>
        <mxCell id="g56VIgIW9YPAZs1RWv-3-97" parent="1" style="ellipse;whiteSpace=wrap;html=1;fillColor=#d5e8d4;strokeColor=#82b366;fontSize=11;" value="precio_unitario" vertex="1">
-           <mxGeometry height="36" width="130" x="1090" y="1332" as="geometry" />
+           <mxGeometry height="36" width="130" x="1072" y="1320" as="geometry" />
        </mxCell>
        <mxCell id="g56VIgIW9YPAZs1RWv-3-98" edge="1" parent="1" source="g56VIgIW9YPAZs1RWv-3-91" style="endArrow=none;endFill=0;" target="g56VIgIW9YPAZs1RWv-3-97">
          <mxGeometry relative="1" as="geometry" />
        </mxCell>
        <mxCell id="g56VIgIW9YPAZs1RWv-3-99" parent="1" style="ellipse;whiteSpace=wrap;html=1;fillColor=#d5e8d4;strokeColor=#82b366;fontSize=11;" value="subtotal" vertex="1">
-           <mxGeometry height="36" width="100" x="1330" y="1364" as="geometry" />
+           <mxGeometry height="36" width="100" x="1305" y="1324" as="geometry" />
        </mxCell>
        <mxCell id="g56VIgIW9YPAZs1RWv-3-100" edge="1" parent="1" source="g56VIgIW9YPAZs1RWv-3-91" style="endArrow=none;endFill=0;" target="g56VIgIW9YPAZs1RWv-3-99">
          <mxGeometry relative="1" as="geometry" />
        </mxCell>
        <mxCell id="g56VIgIW9YPAZs1RWv-3-101" parent="1" style="ellipse;whiteSpace=wrap;html=1;fillColor=#d5e8d4;strokeColor=#82b366;fontSize=11;" value="observaciones" vertex="1">
-           <mxGeometry height="36" width="120" x="1220" y="1332" as="geometry" />
+           <mxGeometry height="36" width="120" x="1185" y="1368" as="geometry" />
        </mxCell>
        <mxCell id="g56VIgIW9YPAZs1RWv-3-102" edge="1" parent="1" source="g56VIgIW9YPAZs1RWv-3-91" style="endArrow=none;endFill=0;" target="g56VIgIW9YPAZs1RWv-3-101">
          <mxGeometry relative="1" as="geometry" />
        </mxCell>
        <mxCell id="g56VIgIW9YPAZs1RWv-3-103" parent="1" style="shape=mxgraph.erd.weakRelationship;whiteSpace=wrap;html=1;fillColor=#fff2cc;strokeColor=#d6b656;fontSize=12;fontStyle=1;" value="contiene" vertex="1">
          <mxGeometry height="60" width="120" x="1266" y="1088" as="geometry" />
        </mxCell>
        <mxCell id="g56VIgIW9YPAZs1RWv-3-104" edge="1" parent="1" source="g56VIgIW9YPAZs1RWv-3-66" style="fontSize=12;fontStyle=1;endArrow=none;endFill=0;" target="g56VIgIW9YPAZs1RWv-3-103" value="1">
          <mxGeometry relative="1" as="geometry" />
        </mxCell>
        <mxCell id="g56VIgIW9YPAZs1RWv-3-105" edge="1" parent="1" source="g56VIgIW9YPAZs1RWv-3-103" style="fontSize=12;fontStyle=1;endArrow=none;endFill=0;" target="g56VIgIW9YPAZs1RWv-3-91" value="N">
          <mxGeometry relative="1" as="geometry" />
        </mxCell>
        <mxCell id="g56VIgIW9YPAZs1RWv-3-106" parent="1" style="rhombus;whiteSpace=wrap;html=1;fillColor=#fff2cc;strokeColor=#d6b656;fontSize=12;fontStyle=1;" value="incluye" vertex="1">
          <mxGeometry height="60" width="120" x="1625" y="1259" as="geometry" />
        </mxCell>
        <mxCell id="g56VIgIW9YPAZs1RWv-3-107" edge="1" parent="1" source="g56VIgIW9YPAZs1RWv-3-91" style="fontSize=12;fontStyle=1;endArrow=none;endFill=0;" target="g56VIgIW9YPAZs1RWv-3-106" value="N">
          <mxGeometry relative="1" as="geometry" />
        </mxCell>
        <mxCell id="g56VIgIW9YPAZs1RWv-3-108" edge="1" parent="1" source="g56VIgIW9YPAZs1RWv-3-106" style="fontSize=12;fontStyle=1;exitX=1;exitY=0.5;exitDx=0;exitDy=0;entryX=0;entryY=0.5;entryDx=0;entryDy=0;endArrow=none;endFill=0;" target="g56VIgIW9YPAZs1RWv-3-17" value="1">
          <mxGeometry relative="1" as="geometry" />
        </mxCell>
        <mxCell id="78cZGcAPN7u5tcTYaLKT-5" parent="1" style="shape=mxgraph.erd.entity;whiteSpace=wrap;html=1;fillColor=#dae8fc;strokeColor=#6c8ebf;fontSize=13;fontStyle=1;" value="Usuarios" vertex="1">
          <mxGeometry height="44" width="160" x="705" y="484" as="geometry" />
        </mxCell>
        <mxCell id="78cZGcAPN7u5tcTYaLKT-6" parent="1" style="ellipse;whiteSpace=wrap;html=1;fillColor=#d5e8d4;strokeColor=#82b366;fontSize=11;fontStyle=4;" value="user_id" vertex="1">
          <mxGeometry height="36" width="100" x="560" y="560" as="geometry" />
        </mxCell>
        <mxCell id="78cZGcAPN7u5tcTYaLKT-8" parent="1" style="ellipse;whiteSpace=wrap;html=1;fillColor=#d5e8d4;strokeColor=#82b366;fontSize=11;" value="user" vertex="1">
          <mxGeometry height="36" width="100" x="795" y="414" as="geometry" />
        </mxCell>
        <mxCell id="78cZGcAPN7u5tcTYaLKT-9" edge="1" parent="1" source="78cZGcAPN7u5tcTYaLKT-5" style="endArrow=none;endFill=0;" target="78cZGcAPN7u5tcTYaLKT-8">
          <mxGeometry relative="1" as="geometry" />
        </mxCell>
        <mxCell id="78cZGcAPN7u5tcTYaLKT-10" parent="1" style="ellipse;whiteSpace=wrap;html=1;fillColor=#d5e8d4;strokeColor=#82b366;fontSize=11;" value="ID" vertex="1">
          <mxGeometry height="36" width="80" x="705" y="414" as="geometry" />
        </mxCell>
        <mxCell id="78cZGcAPN7u5tcTYaLKT-11" edge="1" parent="1" source="78cZGcAPN7u5tcTYaLKT-5" style="endArrow=none;endFill=0;" target="78cZGcAPN7u5tcTYaLKT-10">
          <mxGeometry relative="1" as="geometry" />
        </mxCell>
        <mxCell id="78cZGcAPN7u5tcTYaLKT-12" parent="1" style="ellipse;whiteSpace=wrap;html=1;fillColor=#d5e8d4;strokeColor=#82b366;fontSize=11;" value="email" vertex="1">
          <mxGeometry height="36" width="90" x="565" y="454" as="geometry" />
        </mxCell>
        <mxCell id="78cZGcAPN7u5tcTYaLKT-13" edge="1" parent="1" source="78cZGcAPN7u5tcTYaLKT-5" style="endArrow=none;endFill=0;" target="78cZGcAPN7u5tcTYaLKT-12">
          <mxGeometry relative="1" as="geometry" />
        </mxCell>
        <mxCell id="78cZGcAPN7u5tcTYaLKT-14" parent="1" style="ellipse;whiteSpace=wrap;html=1;fillColor=#d5e8d4;strokeColor=#82b366;fontSize=11;" value="providers" vertex="1">
          <mxGeometry height="36" width="100" x="560" y="510" as="geometry" />
        </mxCell>
        <mxCell id="78cZGcAPN7u5tcTYaLKT-15" edge="1" parent="1" source="78cZGcAPN7u5tcTYaLKT-5" style="endArrow=none;endFill=0;" target="78cZGcAPN7u5tcTYaLKT-14">
          <mxGeometry relative="1" as="geometry" />
        </mxCell>
        <mxCell id="78cZGcAPN7u5tcTYaLKT-16" edge="1" parent="1" source="78cZGcAPN7u5tcTYaLKT-5" style="fontSize=12;fontStyle=1;endArrow=none;endFill=0;entryX=0;entryY=0.5;entryDx=0;entryDy=0;" target="78cZGcAPN7u5tcTYaLKT-17" value="1">
          <mxGeometry relative="1" as="geometry">
            <mxPoint x="785" y="620" as="targetPoint" />
          </mxGeometry>
        </mxCell>
        <mxCell id="78cZGcAPN7u5tcTYaLKT-17" parent="1" style="rhombus;whiteSpace=wrap;html=1;fillColor=#fff2cc;strokeColor=#d6b656;fontSize=12;fontStyle=1;" value="tiene" vertex="1">
          <mxGeometry height="60" width="120" x="1010" y="476" as="geometry" />
        </mxCell>
        <mxCell id="78cZGcAPN7u5tcTYaLKT-18" edge="1" parent="1" source="78cZGcAPN7u5tcTYaLKT-17" style="fontSize=12;fontStyle=1;endArrow=none;endFill=0;entryX=0;entryY=0.5;entryDx=0;entryDy=0;exitX=1;exitY=0.5;exitDx=0;exitDy=0;" target="g56VIgIW9YPAZs1RWv-3-55" value="1">
          <mxGeometry relative="1" as="geometry">
            <mxPoint x="1075" y="501.58" as="sourcePoint" />
            <mxPoint x="1220" y="501.58" as="targetPoint" />
          </mxGeometry>
        </mxCell>
        <mxCell id="78cZGcAPN7u5tcTYaLKT-19" parent="1" style="ellipse;whiteSpace=wrap;html=1;fillColor=#d5e8d4;strokeColor=#82b366;fontSize=11;" value="created" vertex="1">
          <mxGeometry height="36" width="80" x="680" y="570" as="geometry" />
        </mxCell>
        <mxCell id="78cZGcAPN7u5tcTYaLKT-20" edge="1" parent="1" source="78cZGcAPN7u5tcTYaLKT-5" style="endArrow=none;endFill=0;exitX=0.109;exitY=1.006;exitDx=0;exitDy=0;exitPerimeter=0;" target="78cZGcAPN7u5tcTYaLKT-6">
          <mxGeometry relative="1" as="geometry">
            <mxPoint x="770" y="540" as="sourcePoint" />
            <mxPoint x="730" y="568" as="targetPoint" />
          </mxGeometry>
        </mxCell>
        <mxCell id="78cZGcAPN7u5tcTYaLKT-22" parent="1" style="ellipse;whiteSpace=wrap;html=1;fillColor=#d5e8d4;strokeColor=#82b366;fontSize=11;" value="updated" vertex="1">
          <mxGeometry height="36" width="80" x="770" y="560" as="geometry" />
        </mxCell>
        <mxCell id="78cZGcAPN7u5tcTYaLKT-23" edge="1" parent="1" source="78cZGcAPN7u5tcTYaLKT-5" style="endArrow=none;endFill=0;entryX=0.5;entryY=0;entryDx=0;entryDy=0;exitX=0.372;exitY=0.987;exitDx=0;exitDy=0;exitPerimeter=0;" target="78cZGcAPN7u5tcTYaLKT-19">
          <mxGeometry relative="1" as="geometry">
            <mxPoint x="754" y="540" as="sourcePoint" />
            <mxPoint x="740" y="583" as="targetPoint" />
          </mxGeometry>
        </mxCell>
        <mxCell id="78cZGcAPN7u5tcTYaLKT-24" edge="1" parent="1" source="78cZGcAPN7u5tcTYaLKT-5" style="endArrow=none;endFill=0;entryX=0.382;entryY=0.008;entryDx=0;entryDy=0;entryPerimeter=0;" target="78cZGcAPN7u5tcTYaLKT-22">
          <mxGeometry relative="1" as="geometry">
            <mxPoint x="764" y="540" as="sourcePoint" />
            <mxPoint x="750" y="583" as="targetPoint" />
+           </mxGeometry>
+         </mxCell>
+         <mxCell id="78cZGcAPN7u5tcTYaLKT-25" parent="1" style="ellipse;whiteSpace=wrap;html=1;fillColor=#d5e8d4;strokeColor=#82b366;fontSize=11;" value="user_id" vertex="1">
+           <mxGeometry height="36" width="120" x="1468" y="744" as="geometry" />
+         </mxCell>
+         <mxCell id="78cZGcAPN7u5tcTYaLKT-26" edge="1" parent="1" source="g56VIgIW9YPAZs1RWv-3-66" style="endArrow=none;endFill=0;entryX=0.421;entryY=0.99;entryDx=0;entryDy=0;entryPerimeter=0;exitX=0.75;exitY=0;exitDx=0;exitDy=0;" target="78cZGcAPN7u5tcTYaLKT-25">
+           <mxGeometry relative="1" as="geometry">
+             <mxPoint x="1480" y="904" as="sourcePoint" />
+             <mxPoint x="1669" y="840" as="targetPoint" />
+           </mxGeometry>
+         </mxCell>
+         <mxCell id="78cZGcAPN7u5tcTYaLKT-27" parent="1" style="ellipse;whiteSpace=wrap;html=1;fillColor=#d5e8d4;strokeColor=#82b366;fontSize=11;" value="created_at" vertex="1">
+           <mxGeometry height="36" width="100" x="2156" y="1466" as="geometry" />
+         </mxCell>
+         <mxCell id="78cZGcAPN7u5tcTYaLKT-28" edge="1" parent="1" source="g56VIgIW9YPAZs1RWv-3-17" style="endArrow=none;endFill=0;exitX=0.627;exitY=0.994;exitDx=0;exitDy=0;exitPerimeter=0;entryX=0.5;entryY=0;entryDx=0;entryDy=0;" target="78cZGcAPN7u5tcTYaLKT-27">
+           <mxGeometry relative="1" as="geometry">
+             <mxPoint x="2110" y="1410" as="sourcePoint" />
+             <mxPoint x="2121" y="1565" as="targetPoint" />
+           </mxGeometry>
+         </mxCell>
+         <mxCell id="78cZGcAPN7u5tcTYaLKT-29" parent="1" style="ellipse;whiteSpace=wrap;html=1;fillColor=#d5e8d4;strokeColor=#82b366;fontSize=11;" value="id_categoria" vertex="1">
+           <mxGeometry height="36" width="100" x="2075" y="1420" as="geometry" />
+         </mxCell>
+         <mxCell id="78cZGcAPN7u5tcTYaLKT-30" edge="1" parent="1" source="g56VIgIW9YPAZs1RWv-3-17" style="endArrow=none;endFill=0;exitX=0.583;exitY=0.963;exitDx=0;exitDy=0;exitPerimeter=0;" target="78cZGcAPN7u5tcTYaLKT-29">
+           <mxGeometry relative="1" as="geometry">
+             <mxPoint x="2092" y="1480" as="sourcePoint" />
+             <mxPoint x="2060" y="1645" as="targetPoint" />
+           </mxGeometry>
+         </mxCell>
+         <mxCell id="78cZGcAPN7u5tcTYaLKT-31" parent="1" style="ellipse;whiteSpace=wrap;html=1;fillColor=#d5e8d4;strokeColor=#82b366;fontSize=11;" value="id_cliente" vertex="1">
+           <mxGeometry height="36" width="120" x="1146" y="794" as="geometry" />
+         </mxCell>
+         <mxCell id="78cZGcAPN7u5tcTYaLKT-32" edge="1" parent="1" source="78cZGcAPN7u5tcTYaLKT-31" style="endArrow=none;endFill=0;entryX=0.191;entryY=-0.001;entryDx=0;entryDy=0;entryPerimeter=0;" target="g56VIgIW9YPAZs1RWv-3-66">
+           <mxGeometry relative="1" as="geometry">
+             <mxPoint x="1370" y="894" as="sourcePoint" />
+             <mxPoint x="1423" y="820" as="targetPoint" />
+           </mxGeometry>
+         </mxCell>
+         <mxCell id="78cZGcAPN7u5tcTYaLKT-33" parent="1" style="ellipse;whiteSpace=wrap;html=1;fillColor=#d5e8d4;strokeColor=#82b366;fontSize=11;" value="id_pedido" vertex="1">
+           <mxGeometry height="36" width="130" x="1375" y="1200" as="geometry" />
+         </mxCell>
+         <mxCell id="78cZGcAPN7u5tcTYaLKT-34" edge="1" parent="1" source="g56VIgIW9YPAZs1RWv-3-92" style="endArrow=none;endFill=0;exitX=0.765;exitY=0.008;exitDx=0;exitDy=0;exitPerimeter=0;" target="78cZGcAPN7u5tcTYaLKT-33">
+           <mxGeometry relative="1" as="geometry">
+             <mxPoint x="1588" y="1140" as="sourcePoint" />
          </mxGeometry>
        </mxCell>
      </root>
    </mxGraphModel>
  </diagram>
</mxfile>
